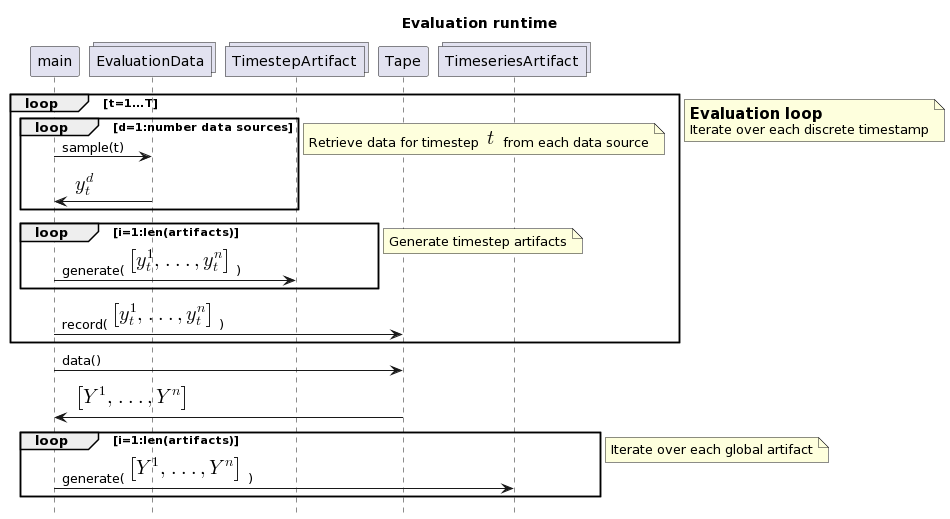
The PlantUML diagram content/posts/kpi-architecture/sequence-diagram.png in kopytjuk/kopytjuk.github.io, before a commit.
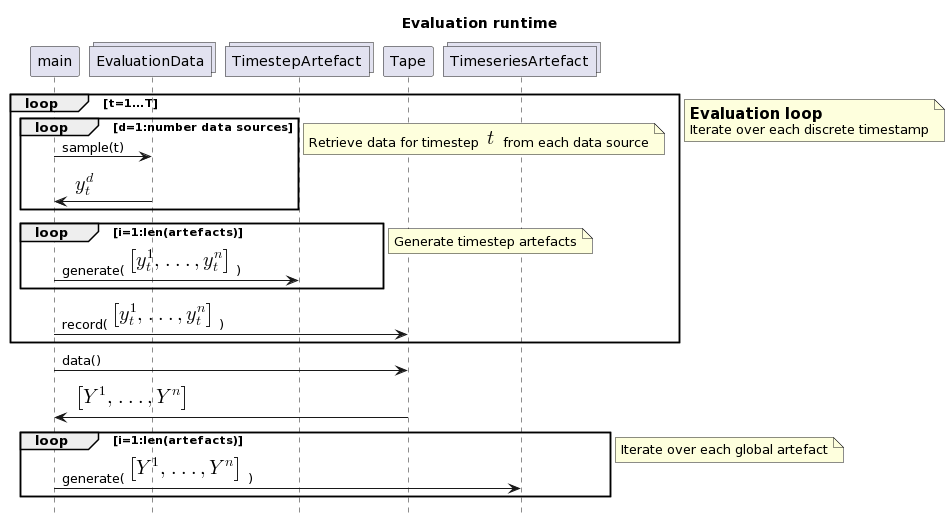
The same file after the commit.

What changed in the source:
```diff
@@ -2,9 +2,9 @@
 hide footbox
 title Evaluation runtime
 
-collections TimeseriesArtifact as tseries_art order 32
+collections TimeseriesArtefact as tseries_art order 32
 participant Tape as tape order 31
-collections TimestepArtifact as ts_art order 30
+collections TimestepArtefact as ts_art order 30
 collections EvaluationData as eval_data order 20
 participant "main" as main order 10
 
@@ -18,11 +18,11 @@
     end note
 
 
-    loop i=1:len(artifacts)
+    loop i=1:len(artefacts)
         main -> ts_art: generate(<math>[y_t^1, ..., y_t^n]</math>)
     end
     note right
-    Generate timestep artifacts
+    Generate timestep artefacts
     end note
 
     main -> tape: record(<math>[y_t^1, ..., y_t^n]</math>)
@@ -38,10 +38,10 @@
 main -> tape: data()
 main <- tape: <math>[Y^1, ..., Y^n]</math>
 
-loop i=1:len(artifacts)
+loop i=1:len(artefacts)
     main -> tseries_art : generate(<math>[Y^1, ..., Y^n]</math>)
 end
 note right
-Iterate over each global artifact
+Iterate over each global artefact
 end note
 @enduml
```
